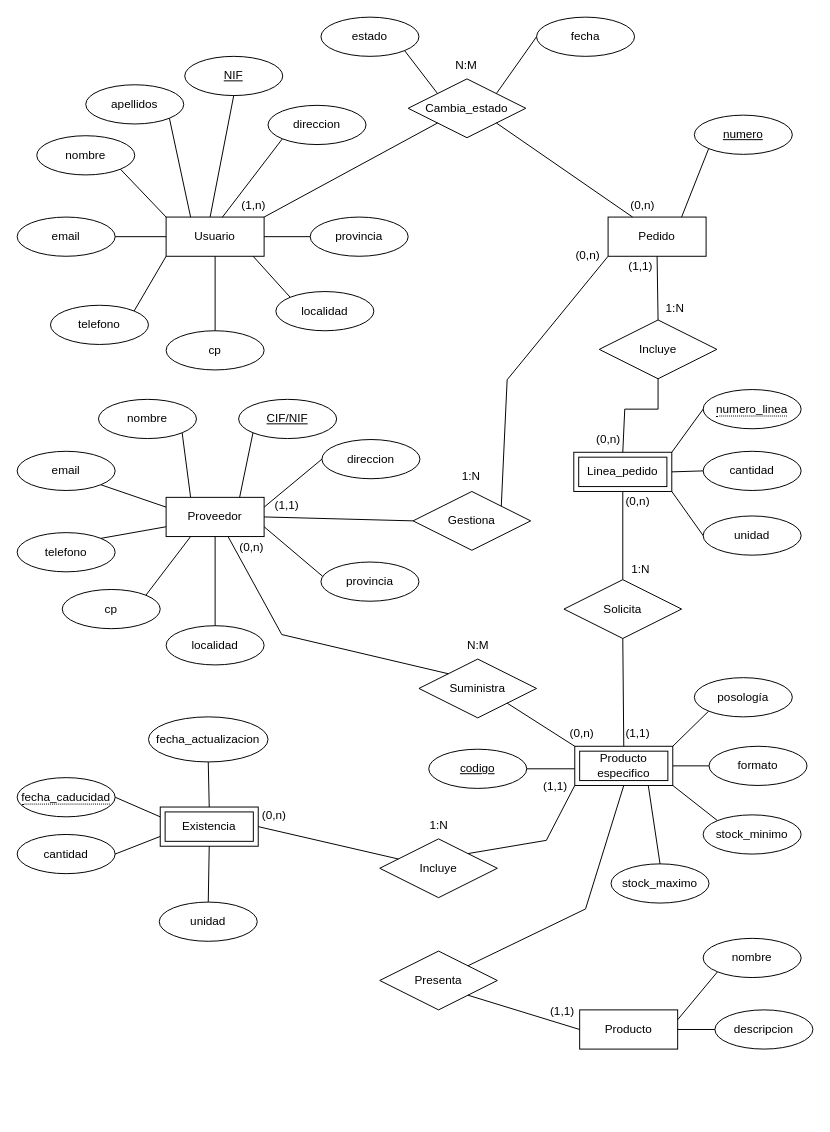
This is Diagrama sin título.drawio from mariopr25/StockAlmacen-ER, a draw.io file, before an edit. Source tidied: cells renumbered, new cells numbered last; positions are measured from the earlier drawing's top-left corner, leaving out a move shared by most shapes. Both pictures are drawn from the tidied source at 98%, with x=0, y=0 at pixel (17, 17).
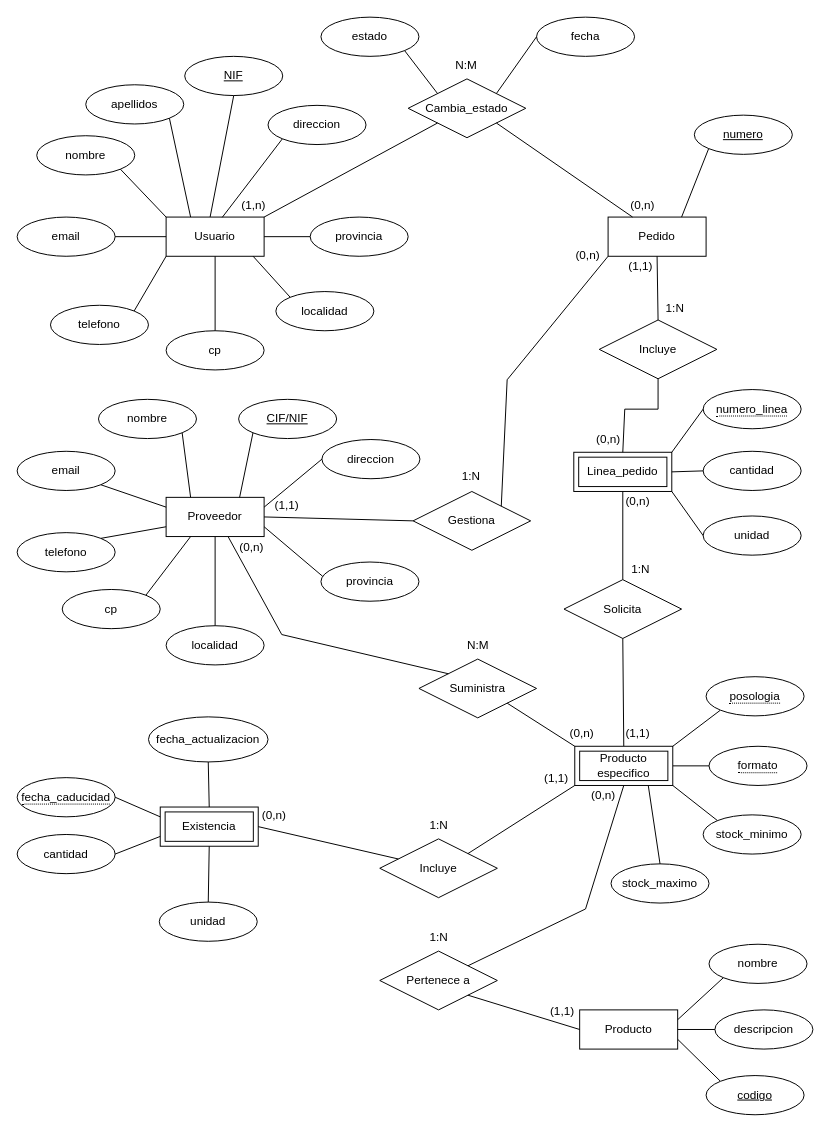
After the change.

The change refers to these unchanged cells:
```xml
<mxCell id="90" value="Incluye" style="shape=rhombus;perimeter=rhombusPerimeter;whiteSpace=wrap;html=1;align=center;" parent="1" vertex="1">
  <mxGeometry x="370" y="838.5" width="120" height="60" as="geometry" />
</mxCell>
<mxCell id="107" value="Producto" style="whiteSpace=wrap;html=1;align=center;" parent="1" vertex="1">
  <mxGeometry x="574" y="1013" width="100" height="40" as="geometry" />
</mxCell>
<mxCell id="113" value="Producto especifico" style="shape=ext;margin=3;double=1;whiteSpace=wrap;html=1;align=center;" parent="1" vertex="1">
  <mxGeometry x="569" y="744" width="100" height="40" as="geometry" />
</mxCell>
```

Change to the diagram source:
```diff
@@
-    <mxCell id="21" value="&lt;u&gt;codigo&lt;/u&gt;" style="ellipse;whiteSpace=wrap;html=1;align=center;" parent="1" vertex="1">
-      <mxGeometry x="420" y="747" width="100" height="40" as="geometry" />
-    </mxCell>
-    <mxCell id="22" value="posología" style="ellipse;whiteSpace=wrap;html=1;align=center;" parent="1" vertex="1">
-      <mxGeometry x="691" y="674" width="100" height="40" as="geometry" />
-    </mxCell>
-    <mxCell id="23" value="formato" style="ellipse;whiteSpace=wrap;html=1;align=center;" parent="1" vertex="1">
-      <mxGeometry x="706" y="744" width="100" height="40" as="geometry" />
-    </mxCell>
@@
-    <mxCell id="26" style="endArrow=none;html=1;rounded=0;exitX=1;exitY=0.5;exitDx=0;exitDy=0;entryX=0.002;entryY=0.575;entryDx=0;entryDy=0;entryPerimeter=0;" parent="1" edge="1" source="21" target="113">
+    <mxCell id="26" style="endArrow=none;html=1;rounded=0;exitX=0;exitY=0;exitDx=0;exitDy=0;entryX=1;entryY=0.75;entryDx=0;entryDy=0;" parent="1" edge="1" source="21" target="107">
       <mxGeometry relative="1" as="geometry" />
     </mxCell>
-    <mxCell id="27" style="endArrow=none;html=1;rounded=0;exitX=0;exitY=1;exitDx=0;exitDy=0;entryX=1;entryY=0;entryDx=0;entryDy=0;" parent="1" edge="1" source="22" target="113">
+    <mxCell id="27" style="endArrow=none;html=1;rounded=0;exitX=0;exitY=1;exitDx=0;exitDy=0;entryX=1;entryY=0;entryDx=0;entryDy=0;" parent="1" edge="1" source="120" target="113">
       <mxGeometry relative="1" as="geometry" />
     </mxCell>
-    <mxCell id="28" style="endArrow=none;html=1;rounded=0;entryX=0;entryY=0.5;entryDx=0;entryDy=0;exitX=1;exitY=0.5;exitDx=0;exitDy=0;" parent="1" edge="1" source="113" target="23">
-      <mxGeometry relative="1" as="geometry" />
+    <mxCell id="28" style="endArrow=none;html=1;rounded=0;entryX=0;entryY=0.5;entryDx=0;entryDy=0;exitX=1;exitY=0.5;exitDx=0;exitDy=0;" parent="1" edge="1" source="113">
+      <mxGeometry relative="1" as="geometry">
+        <mxPoint x="706" y="764" as="targetPoint" />
+      </mxGeometry>
     </mxCell>
@@
-    <mxCell id="92" style="endArrow=none;html=1;rounded=0;exitX=1;exitY=0;exitDx=0;exitDy=0;entryX=0;entryY=1;entryDx=0;entryDy=0;" parent="1" edge="1" source="90" target="113">
-      <mxGeometry relative="1" as="geometry">
-        <Array as="points">
-          <mxPoint x="540" y="840" />
-        </Array>
-      </mxGeometry>
-    </mxCell>
     <mxCell id="93" value="(1,1)" style="text;html=1;align=center;verticalAlign=middle;strokeColor=none;fillColor=none;" parent="1" vertex="1">
-      <mxGeometry x="524" y="770" width="50" height="30" as="geometry" />
+      <mxGeometry x="525" y="762" width="50" height="30" as="geometry" />
     </mxCell>
@@
     <mxCell id="108" value="nombre" style="ellipse;whiteSpace=wrap;html=1;align=center;" parent="1" vertex="1">
-      <mxGeometry x="700" y="940" width="100" height="40" as="geometry" />
+      <mxGeometry x="706" y="946" width="100" height="40" as="geometry" />
     </mxCell>
@@
-    <mxCell id="114" value="Presenta" style="shape=rhombus;perimeter=rhombusPerimeter;whiteSpace=wrap;html=1;align=center;" parent="1" vertex="1">
+    <mxCell id="114" value="Pertenece a" style="shape=rhombus;perimeter=rhombusPerimeter;whiteSpace=wrap;html=1;align=center;" parent="1" vertex="1">
       <mxGeometry x="370" y="953" width="120" height="60" as="geometry" />
     </mxCell>
@@
+    <mxCell id="117" value="(0,n)" style="text;html=1;align=center;verticalAlign=middle;strokeColor=none;fillColor=none;" parent="1" vertex="1">
+      <mxGeometry x="573" y="779" width="50" height="30" as="geometry" />
+    </mxCell>
+    <mxCell id="118" value="1:N" style="text;html=1;align=center;verticalAlign=middle;strokeColor=none;fillColor=none;" parent="1" vertex="1">
+      <mxGeometry x="410" y="924" width="40" height="30" as="geometry" />
+    </mxCell>
+    <mxCell id="21" value="&lt;u&gt;codigo&lt;/u&gt;" style="ellipse;whiteSpace=wrap;html=1;align=center;" parent="1" vertex="1">
+      <mxGeometry x="703" y="1080" width="100" height="40" as="geometry" />
+    </mxCell>
+    <mxCell id="119" style="endArrow=none;html=1;rounded=0;exitX=0;exitY=1;exitDx=0;exitDy=0;entryX=1;entryY=0;entryDx=0;entryDy=0;" parent="1" edge="1" source="113" target="90">
+      <mxGeometry relative="1" as="geometry" />
+    </mxCell>
+    <mxCell id="120" value="&lt;span style=&quot;border-bottom: 1px dotted&quot;&gt;posologia&lt;br&gt;&lt;/span&gt;" style="ellipse;whiteSpace=wrap;html=1;align=center;" parent="1" vertex="1">
+      <mxGeometry x="703" y="673" width="100" height="40" as="geometry" />
+    </mxCell>
+    <mxCell id="23" value="&lt;span style=&quot;border-bottom: 1px dotted&quot;&gt;formato&lt;/span&gt;" style="ellipse;whiteSpace=wrap;html=1;align=center;" parent="1" vertex="1">
+      <mxGeometry x="706" y="744" width="100" height="40" as="geometry" />
+    </mxCell>
```
